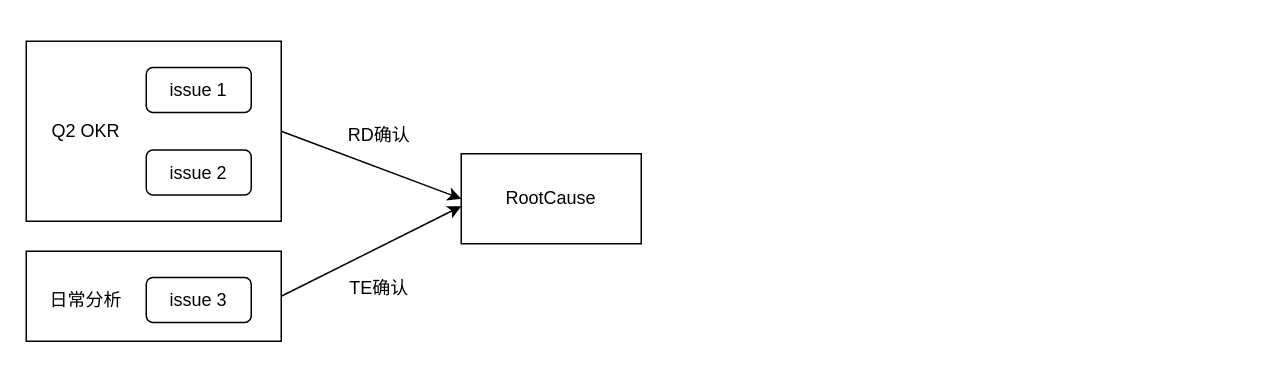
Before: 未命名绘图.drawio in lm0130/helloworld, a draw.io diagram. Source tidied: cells renumbered, new cells numbered last; positions are measured from the earlier drawing's top-left corner, leaving out a move shared by most shapes. Both pictures are drawn from the tidied source at 150%, with x=0, y=0 at pixel (26, 40).
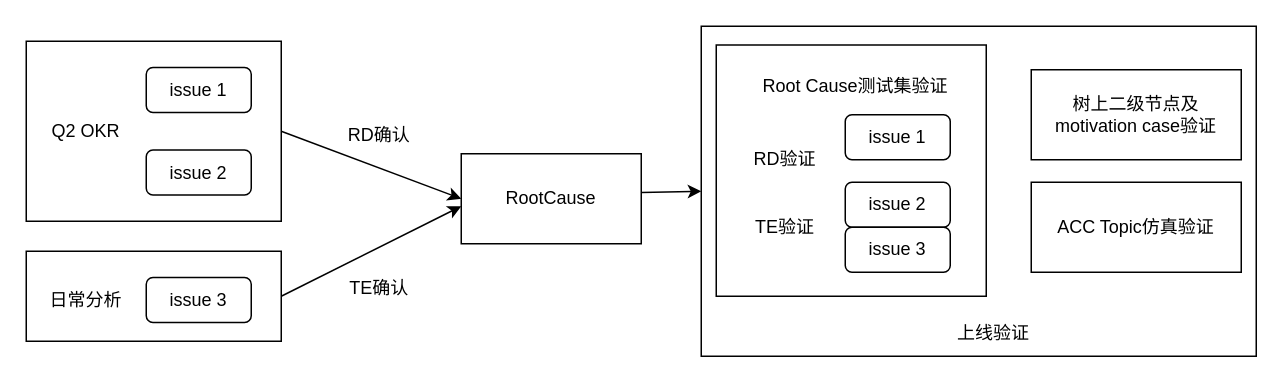
Above is the later version.

Commit message:
更新未命名绘图.drawio

The change refers to these unchanged cells:
```xml
<mxCell id="9" value="RootCause" style="rounded=0;whiteSpace=wrap;html=1;" parent="1" vertex="1">
  <mxGeometry x="290" y="75" width="120" height="60" as="geometry" />
</mxCell>
```

The edit, as a diff of the source:
```diff
@@
+    <mxCell id="14" style="rounded=0;whiteSpace=wrap;html=1;" parent="1" vertex="1">
+      <mxGeometry x="450" y="-10" width="370" height="220" as="geometry" />
+    </mxCell>
+    <mxCell id="15" style="rounded=0;whiteSpace=wrap;html=1;" parent="1" vertex="1">
+      <mxGeometry x="460" y="2.5" width="180" height="167.5" as="geometry" />
+    </mxCell>
+    <mxCell id="16" value="issue 1" style="rounded=1;whiteSpace=wrap;html=1;" parent="1" vertex="1">
+      <mxGeometry x="546" y="49" width="70" height="30" as="geometry" />
+    </mxCell>
+    <mxCell id="17" value="issue 2" style="rounded=1;whiteSpace=wrap;html=1;" parent="1" vertex="1">
+      <mxGeometry x="546" y="94" width="70" height="30" as="geometry" />
+    </mxCell>
+    <mxCell id="18" value="issue 3" style="rounded=1;whiteSpace=wrap;html=1;" parent="1" vertex="1">
+      <mxGeometry x="546" y="124" width="70" height="30" as="geometry" />
+    </mxCell>
+    <mxCell id="19" value="RD验证" style="text;strokeColor=none;align=center;fillColor=none;html=1;verticalAlign=middle;whiteSpace=wrap;rounded=0;" parent="1" vertex="1">
+      <mxGeometry x="476" y="64" width="60" height="30" as="geometry" />
+    </mxCell>
+    <mxCell id="20" value="TE验证" style="text;strokeColor=none;align=center;fillColor=none;html=1;verticalAlign=middle;whiteSpace=wrap;rounded=0;" parent="1" vertex="1">
+      <mxGeometry x="476" y="109" width="60" height="30" as="geometry" />
+    </mxCell>
+    <mxCell id="21" value="Root Cause测试集验证" style="text;strokeColor=none;align=center;fillColor=none;html=1;verticalAlign=middle;whiteSpace=wrap;rounded=0;" parent="1" vertex="1">
+      <mxGeometry x="486" y="15" width="134" height="30" as="geometry" />
+    </mxCell>
+    <mxCell id="22" value="树上二级节点及motivation case验证" style="rounded=0;whiteSpace=wrap;html=1;" parent="1" vertex="1">
+      <mxGeometry x="670" y="19" width="140" height="60" as="geometry" />
+    </mxCell>
+    <mxCell id="23" value="ACC Topic仿真验证" style="rounded=0;whiteSpace=wrap;html=1;" parent="1" vertex="1">
+      <mxGeometry x="670" y="94" width="140" height="60" as="geometry" />
+    </mxCell>
+    <mxCell id="24" value="上线验证" style="text;strokeColor=none;align=center;fillColor=none;html=1;verticalAlign=middle;whiteSpace=wrap;rounded=0;" parent="1" vertex="1">
+      <mxGeometry x="600" y="180" width="90" height="30" as="geometry" />
+    </mxCell>
+    <mxCell id="25" style="endArrow=classic;html=1;rounded=0;exitX=1;exitY=0.43;exitDx=0;exitDy=0;entryX=0;entryY=0.5;entryDx=0;entryDy=0;exitPerimeter=0;" parent="1" edge="1" source="9" target="14">
+      <mxGeometry relative="1" as="geometry" />
+    </mxCell>
```
